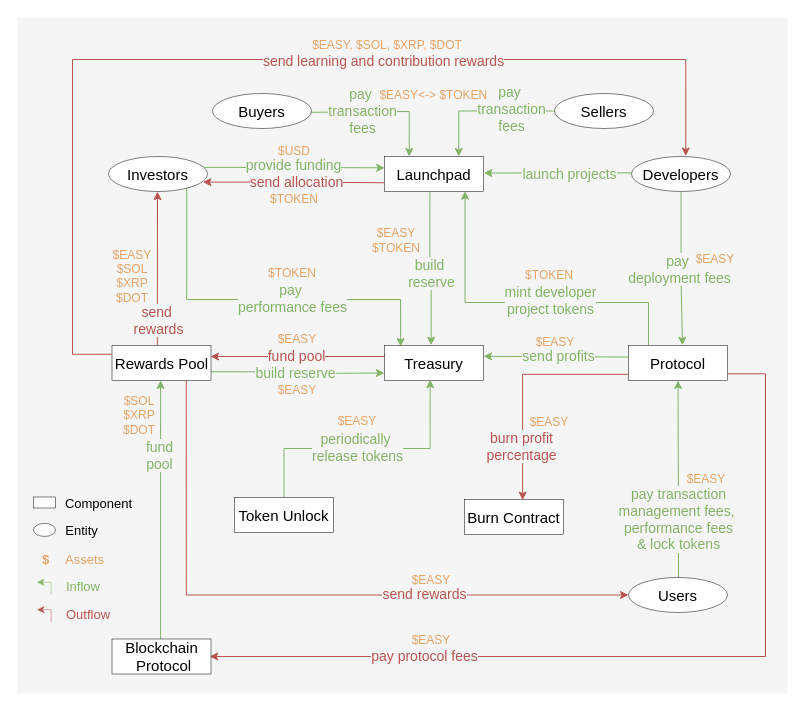
Earlier version of the draw.io diagram page "tokenomics" (2 of 6) of assets/easy-a-mechanism.drawio.drawio (dlt-science/EasyA-Whitepaper). Source tidied: cells renumbered, new cells numbered last; positions are measured from the earlier drawing's top-left corner, leaving out a move shared by most shapes. Both pictures are drawn from the tidied source at 100%, with x=0, y=0 at pixel (17, 17).
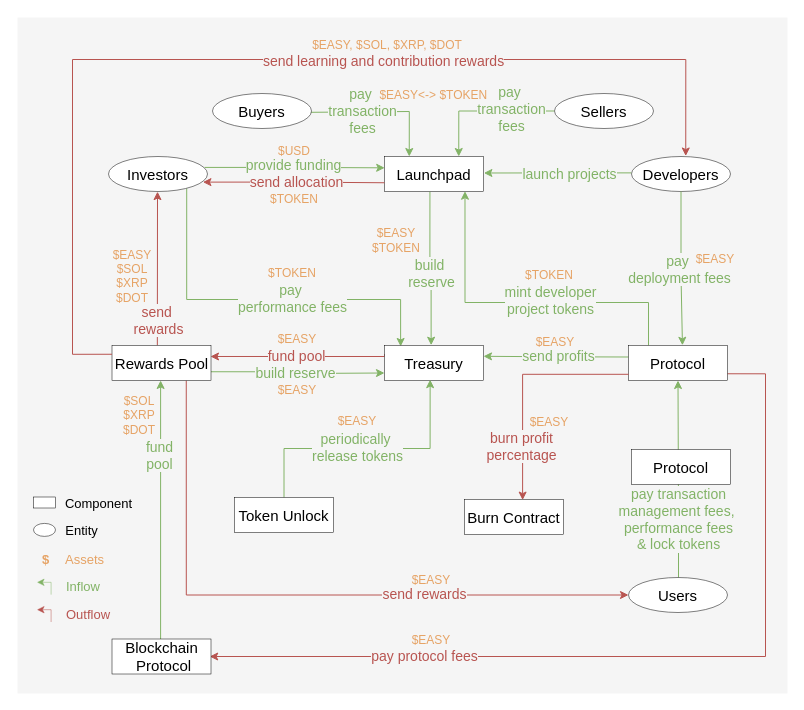
After the change.

Diff of the diagram source:
```diff
@@
+    <mxCell id="83" value="&lt;div style=&quot;text-wrap-mode: nowrap;&quot;&gt;&lt;font style=&quot;font-size: 15px;&quot; face=&quot;Helvetica&quot;&gt;Protocol&lt;/font&gt;&lt;/div&gt;" style="html=1;whiteSpace=wrap;strokeWidth=0.5;" parent="1" vertex="1">
+      <mxGeometry x="614" y="432" width="99" height="35" as="geometry" />
+    </mxCell>
```
